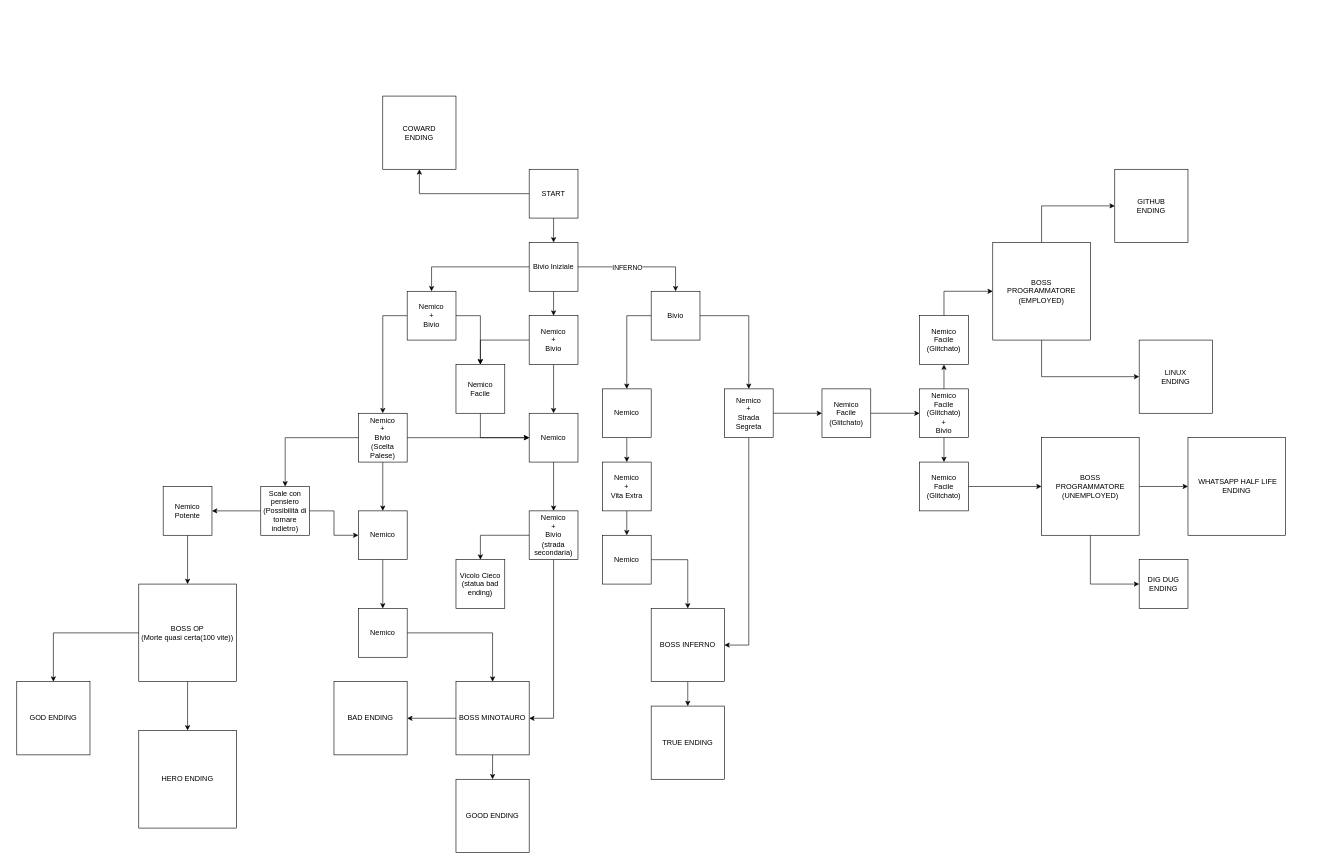
Earlier version of the draw.io diagram Documenti/Mappa First Fantasy.drawio (ANDERPIG36/First-Fantasy). Source tidied: cells renumbered, new cells numbered last; positions are measured from the earlier drawing's top-left corner, leaving out a move shared by most shapes. Both pictures are drawn from the tidied source at 61%, with x=0, y=0 at pixel (16, 96).
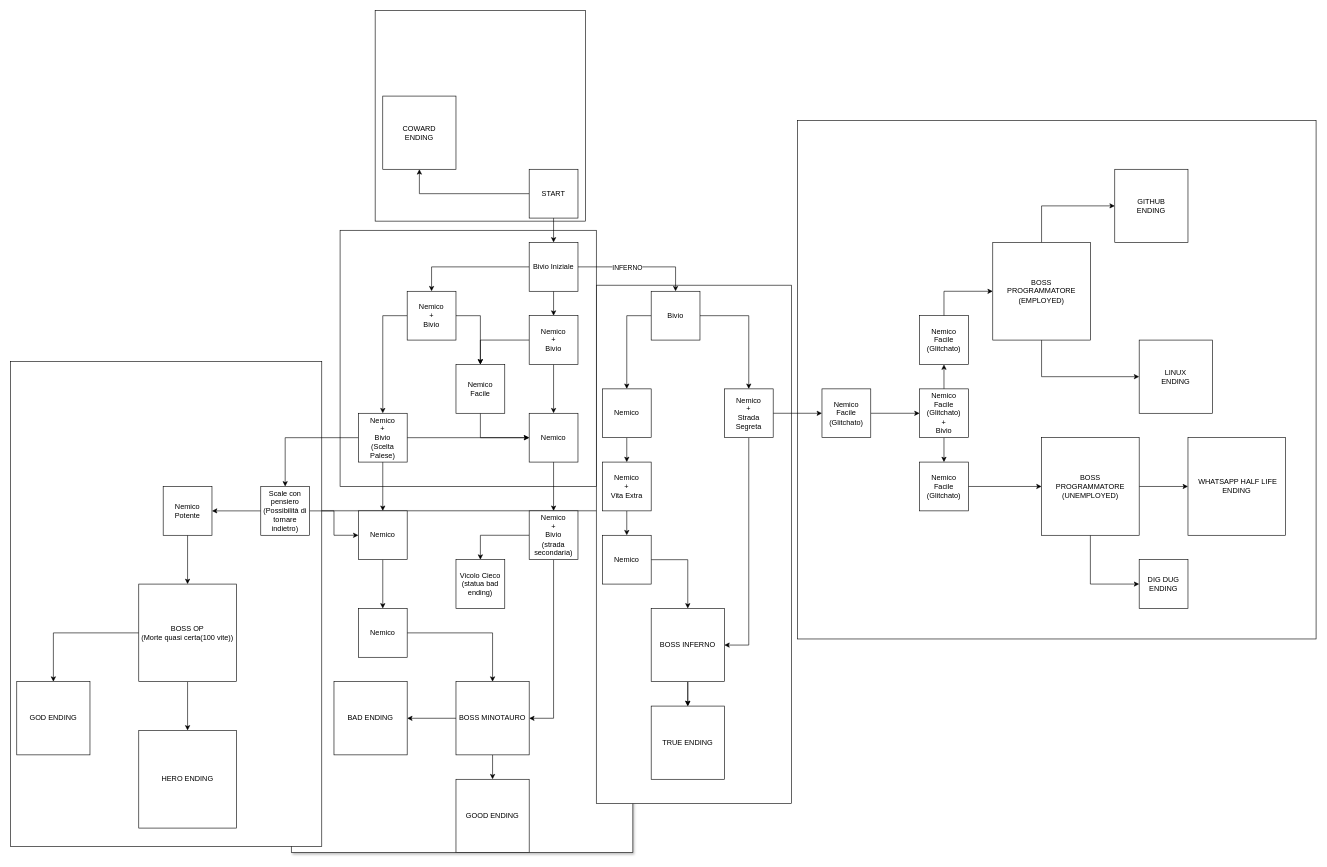
Above is the later version.

Commit message (it also covers changes not shown here):
aggiornata mappa creati css del dungeon

Unchanged cells that the change refers to:
```xml
<mxCell id="35" value="BOSS INFERNO" style="whiteSpace=wrap;html=1;fillColor=light-dark(#FFFFFF,#FF3333);" parent="1" vertex="1">
  <mxGeometry x="1040" y="840" width="120" height="120" as="geometry" />
</mxCell>
<mxCell id="40" value="&lt;div&gt;TRUE ENDING&lt;/div&gt;" style="whiteSpace=wrap;html=1;fillColor=light-dark(#FFFFFF,#FF66B3);" parent="1" vertex="1">
  <mxGeometry x="1040" y="1000" width="120" height="120" as="geometry" />
</mxCell>
```

Diff of the diagram source:
```diff
@@
+    <mxCell id="82" style="whiteSpace=wrap;html=1;fillColor=light-dark(#FFFFFF,#003333);" parent="1" vertex="1">
+      <mxGeometry x="587.5" y="-140" width="345" height="345" as="geometry" />
+    </mxCell>
+    <mxCell id="83" style="whiteSpace=wrap;html=1;fillColor=light-dark(#FFFFFF,#4D4D4D);shadow=1;" parent="1" vertex="1">
+      <mxGeometry x="450" y="680" width="560" height="560" as="geometry" />
+    </mxCell>
+    <mxCell id="84" style="rounded=0;whiteSpace=wrap;html=1;fillColor=light-dark(#FFFFFF,#333300);" parent="1" vertex="1">
+      <mxGeometry x="-10" y="435" width="510" height="795" as="geometry" />
+    </mxCell>
+    <mxCell id="85" style="whiteSpace=wrap;html=1;fillColor=light-dark(#FFFFFF,#003300);" parent="1" vertex="1">
+      <mxGeometry x="1280" y="40" width="850" height="850" as="geometry" />
+    </mxCell>
+    <mxCell id="86" style="rounded=0;whiteSpace=wrap;html=1;fillColor=light-dark(#FFFFFF,#CC0000);" parent="1" vertex="1">
+      <mxGeometry x="950" y="310" width="320" height="850" as="geometry" />
+    </mxCell>
+    <mxCell id="87" style="whiteSpace=wrap;html=1;fillColor=light-dark(#FFFFFF,#663300);" parent="1" vertex="1">
+      <mxGeometry x="530" y="220" width="420" height="420" as="geometry" />
+    </mxCell>
@@
-    <mxCell id="34" style="edgeStyle=orthogonalEdgeStyle;rounded=0;jettySize=auto;html=1;entryX=0.5;entryY=0;entryDx=0;entryDy=0;" parent="1" edge="1" source="35" target="40">
-      <mxGeometry relative="1" as="geometry" />
-    </mxCell>
+    <mxCell id="88" style="edgeStyle=orthogonalEdgeStyle;rounded=0;jettySize=auto;html=1;entryX=0.5;entryY=0;entryDx=0;entryDy=0;" parent="1" edge="1" source="35" target="40">
+      <mxGeometry relative="1" as="geometry" />
+    </mxCell>
+    <mxCell id="89" style="edgeStyle=orthogonalEdgeStyle;rounded=0;jettySize=auto;html=1;" parent="1" edge="1" source="35" target="40">
+      <mxGeometry relative="1" as="geometry" />
+    </mxCell>
```
